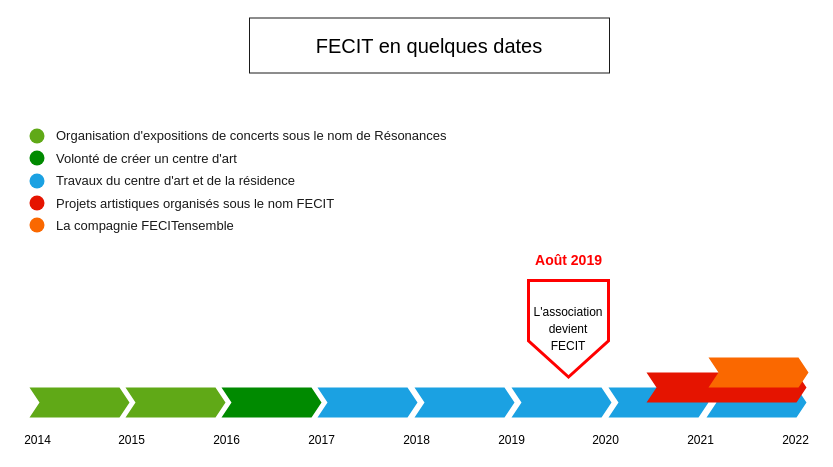
The draw.io diagram timeline_fecit.drawio in sebatease/cvperso, before the edit. Source tidied: cells renumbered, new cells numbered last; positions are measured from the earlier drawing's top-left corner, leaving out a move shared by most shapes. Both pictures are drawn from the tidied source at 100%, with x=0, y=0 at pixel (17, 18).
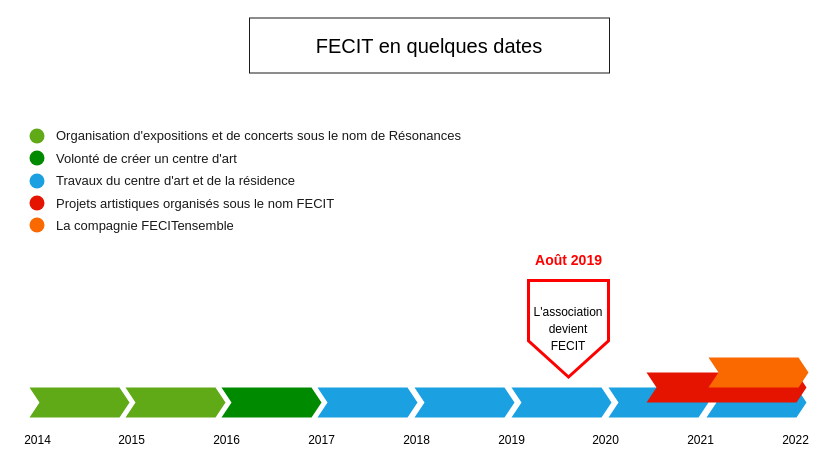
The same page after the edit.

The edit, as a diff of the source:
```diff
@@
-    <mxCell id="11" value="&lt;span style=&quot;color: rgb(26 , 26 , 26)&quot;&gt;Organisation d'expositions de concerts sous le nom de Résonances&lt;/span&gt;" style="text;html=1;strokeColor=none;fillColor=none;align=left;verticalAlign=middle;whiteSpace=wrap;rounded=0;fontSize=13;fontColor=#FF0000;flipV=1;" parent="1" vertex="1">
-      <mxGeometry x="36.5" y="102" width="400" height="30" as="geometry" />
+    <mxCell id="11" value="&lt;span style=&quot;color: rgb(26 , 26 , 26)&quot;&gt;Organisation d'expositions et de concerts sous le nom de Résonances&lt;/span&gt;" style="text;html=1;strokeColor=none;fillColor=none;align=left;verticalAlign=middle;whiteSpace=wrap;rounded=0;fontSize=13;fontColor=#FF0000;flipV=1;" parent="1" vertex="1">
+      <mxGeometry x="36.5" y="102" width="411.5" height="30" as="geometry" />
     </mxCell>
```
